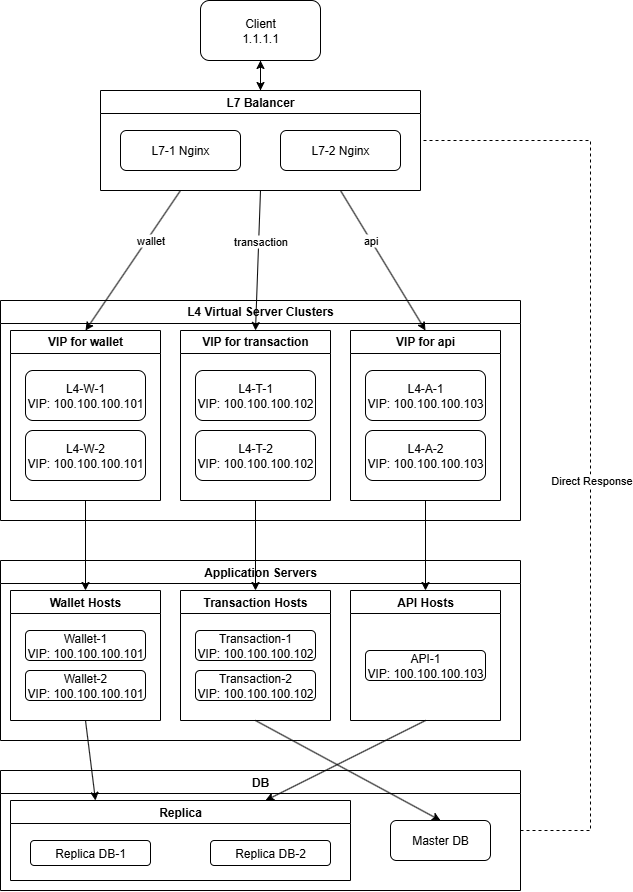
Before: materials/highload_local_balance.png, a diagram exported from draw.io (abdullShah/TP_Highload). Source tidied: cells renumbered, new cells last; positions are measured from the earlier drawing's top-left corner, leaving out a move shared by most shapes.
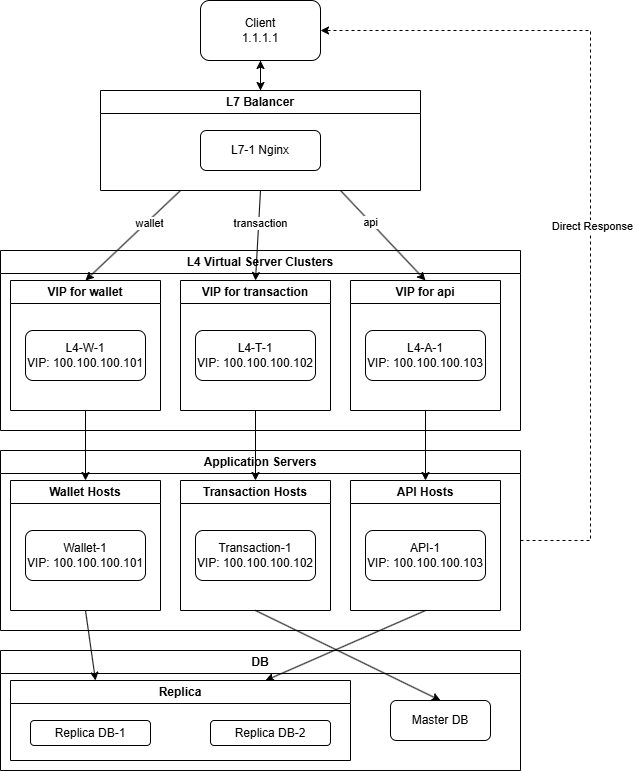
After the change.

Change to the diagram source:
```diff
@@ -3,82 +3,64 @@
     <mxCell id="0" />
     <mxCell id="1" parent="0" />
     <mxCell id="2" value="Client&lt;br&gt;1.1.1.1" style="rounded=1;whiteSpace=wrap;html=1;" parent="1" vertex="1">
-      <mxGeometry x="200" width="120" height="60" as="geometry" />
+      <mxGeometry x="200" y="50" width="120" height="60" as="geometry" />
     </mxCell>
     <mxCell id="3" style="edgeStyle=orthogonalEdgeStyle;rounded=0;jettySize=auto;html=1;" parent="1" edge="1" source="4" target="2">
       <mxGeometry relative="1" as="geometry" />
     </mxCell>
     <mxCell id="4" value="L7 Balancer" style="swimlane;whiteSpace=wrap;html=1;" parent="1" vertex="1">
-      <mxGeometry x="100" y="90" width="320" height="100" as="geometry" />
+      <mxGeometry x="100" y="140" width="320" height="100" as="geometry" />
     </mxCell>
     <mxCell id="5" value="L7-1 Nginx" style="rounded=1;whiteSpace=wrap;html=1;" parent="4" vertex="1">
-      <mxGeometry x="20" y="40" width="120" height="40" as="geometry" />
+      <mxGeometry x="100" y="40" width="120" height="40" as="geometry" />
     </mxCell>
-    <mxCell id="6" value="L7-2 Nginx" style="rounded=1;whiteSpace=wrap;html=1;" parent="4" vertex="1">
-      <mxGeometry x="180" y="40" width="120" height="40" as="geometry" />
-    </mxCell>
     <mxCell id="7" value="L4 Virtual Server Clusters" style="swimlane;whiteSpace=wrap;html=1;" parent="1" vertex="1">
-      <mxGeometry y="300" width="520" height="220" as="geometry" />
+      <mxGeometry y="300" width="520" height="180" as="geometry" />
     </mxCell>
     <mxCell id="8" value="VIP for wallet" style="swimlane;whiteSpace=wrap;html=1;" parent="7" vertex="1">
-      <mxGeometry x="10" y="30" width="150" height="170" as="geometry" />
+      <mxGeometry x="10" y="30" width="150" height="130" as="geometry" />
     </mxCell>
     <mxCell id="9" value="L4-W-1&lt;br&gt;VIP: 100.100.100.101" style="rounded=1;whiteSpace=wrap;html=1;" parent="8" vertex="1">
-      <mxGeometry x="15" y="40" width="120" height="50" as="geometry" />
+      <mxGeometry x="15" y="50" width="120" height="50" as="geometry" />
     </mxCell>
-    <mxCell id="10" value="L4-W-2&lt;br&gt;VIP: 100.100.100.101" style="rounded=1;whiteSpace=wrap;html=1;" parent="8" vertex="1">
-      <mxGeometry x="15" y="100" width="120" height="50" as="geometry" />
-    </mxCell>
     <mxCell id="11" value="VIP for transaction" style="swimlane;whiteSpace=wrap;html=1;" parent="7" vertex="1">
-      <mxGeometry x="180" y="30" width="150" height="170" as="geometry" />
+      <mxGeometry x="180" y="30" width="150" height="130" as="geometry" />
     </mxCell>
     <mxCell id="12" value="L4-T-1&lt;br&gt;VIP: 100.100.100.102" style="rounded=1;whiteSpace=wrap;html=1;" parent="11" vertex="1">
-      <mxGeometry x="15" y="40" width="120" height="50" as="geometry" />
+      <mxGeometry x="15" y="50" width="120" height="50" as="geometry" />
     </mxCell>
-    <mxCell id="13" value="L4-T-2&lt;br&gt;VIP: 100.100.100.102" style="rounded=1;whiteSpace=wrap;html=1;" parent="11" vertex="1">
-      <mxGeometry x="15" y="100" width="120" height="50" as="geometry" />
-    </mxCell>
     <mxCell id="14" value="VIP for api" style="swimlane;whiteSpace=wrap;html=1;" parent="7" vertex="1">
-      <mxGeometry x="350" y="30" width="150" height="170" as="geometry" />
+      <mxGeometry x="350" y="30" width="150" height="130" as="geometry" />
     </mxCell>
     <mxCell id="15" value="L4-A-1&lt;br&gt;VIP: 100.100.100.103" style="rounded=1;whiteSpace=wrap;html=1;" parent="14" vertex="1">
-      <mxGeometry x="15" y="40" width="120" height="50" as="geometry" />
+      <mxGeometry x="15" y="50" width="120" height="50" as="geometry" />
     </mxCell>
-    <mxCell id="16" value="L4-A-2&lt;br&gt;VIP: 100.100.100.103" style="rounded=1;whiteSpace=wrap;html=1;" parent="14" vertex="1">
-      <mxGeometry x="15" y="100" width="120" height="50" as="geometry" />
-    </mxCell>
     <mxCell id="17" value="Application Servers" style="swimlane;whiteSpace=wrap;html=1;" parent="1" vertex="1">
-      <mxGeometry y="560" width="520" height="180" as="geometry" />
+      <mxGeometry y="500" width="520" height="180" as="geometry" />
     </mxCell>
     <mxCell id="18" value="Wallet Hosts" style="swimlane;whiteSpace=wrap;html=1;" parent="17" vertex="1">
       <mxGeometry x="10" y="30" width="150" height="130" as="geometry" />
     </mxCell>
     <mxCell id="19" value="Wallet-1&lt;br&gt;VIP: 100.100.100.101" style="rounded=1;whiteSpace=wrap;html=1;" parent="18" vertex="1">
-      <mxGeometry x="15" y="40" width="120" height="30" as="geometry" />
+      <mxGeometry x="15" y="50" width="120" height="50" as="geometry" />
     </mxCell>
-    <mxCell id="20" value="Wallet-2&lt;br&gt;VIP: 100.100.100.101" style="rounded=1;whiteSpace=wrap;html=1;" parent="18" vertex="1">
-      <mxGeometry x="15" y="80" width="120" height="30" as="geometry" />
-    </mxCell>
     <mxCell id="21" value="Transaction Hosts" style="swimlane;whiteSpace=wrap;html=1;" parent="17" vertex="1">
       <mxGeometry x="180" y="30" width="150" height="130" as="geometry" />
     </mxCell>
     <mxCell id="22" value="Transaction-1&lt;br&gt;VIP: 100.100.100.102" style="rounded=1;whiteSpace=wrap;html=1;" parent="21" vertex="1">
-      <mxGeometry x="15" y="40" width="120" height="30" as="geometry" />
+      <mxGeometry x="15" y="50" width="120" height="50" as="geometry" />
     </mxCell>
-    <mxCell id="23" value="Transaction-2&lt;br&gt;VIP: 100.100.100.102" style="rounded=1;whiteSpace=wrap;html=1;" parent="21" vertex="1">
-      <mxGeometry x="15" y="80" width="120" height="30" as="geometry" />
-    </mxCell>
     <mxCell id="24" value="API Hosts" style="swimlane;whiteSpace=wrap;html=1;" parent="17" vertex="1">
       <mxGeometry x="350" y="30" width="150" height="130" as="geometry" />
     </mxCell>
     <mxCell id="25" value="API-1&lt;br&gt;VIP: 100.100.100.103" style="rounded=1;whiteSpace=wrap;html=1;" parent="24" vertex="1">
-      <mxGeometry x="15" y="60" width="120" height="30" as="geometry" />
+      <mxGeometry x="15" y="50" width="120" height="50" as="geometry" />
     </mxCell>
-    <mxCell id="26" style="edgeStyle=orthogonalEdgeStyle;rounded=0;jettySize=auto;html=1;exitX=1;exitY=0.5;exitDx=0;exitDy=0;endArrow=none;endFill=0;dashed=1;entryX=1;entryY=0.5;entryDx=0;entryDy=0;" parent="1" edge="1" source="28" target="4">
+    <mxCell id="26" style="edgeStyle=orthogonalEdgeStyle;rounded=0;jettySize=auto;html=1;exitX=1;exitY=0.5;exitDx=0;exitDy=0;endArrow=classic;endFill=1;dashed=1;entryX=1;entryY=0.5;entryDx=0;entryDy=0;startArrow=none;startFill=0;" parent="1" edge="1" source="17" target="2">
       <mxGeometry relative="1" as="geometry">
         <Array as="points">
-          <mxPoint x="590" y="830" />
-          <mxPoint x="590" y="140" />
+          <mxPoint x="590" y="590" />
+          <mxPoint x="590" y="80" />
         </Array>
       </mxGeometry>
     </mxCell>
@@ -86,7 +68,7 @@
       <mxGeometry x="-0.1" y="-1" relative="1" as="geometry" />
     </mxCell>
     <mxCell id="28" value="DB" style="swimlane;whiteSpace=wrap;html=1;" parent="1" vertex="1">
-      <mxGeometry y="770" width="520" height="120" as="geometry" />
+      <mxGeometry y="700" width="520" height="120" as="geometry" />
     </mxCell>
     <mxCell id="29" value="Master DB" style="rounded=1;whiteSpace=wrap;html=1;" parent="28" vertex="1">
       <mxGeometry x="390" y="50" width="100" height="40" as="geometry" />
```
